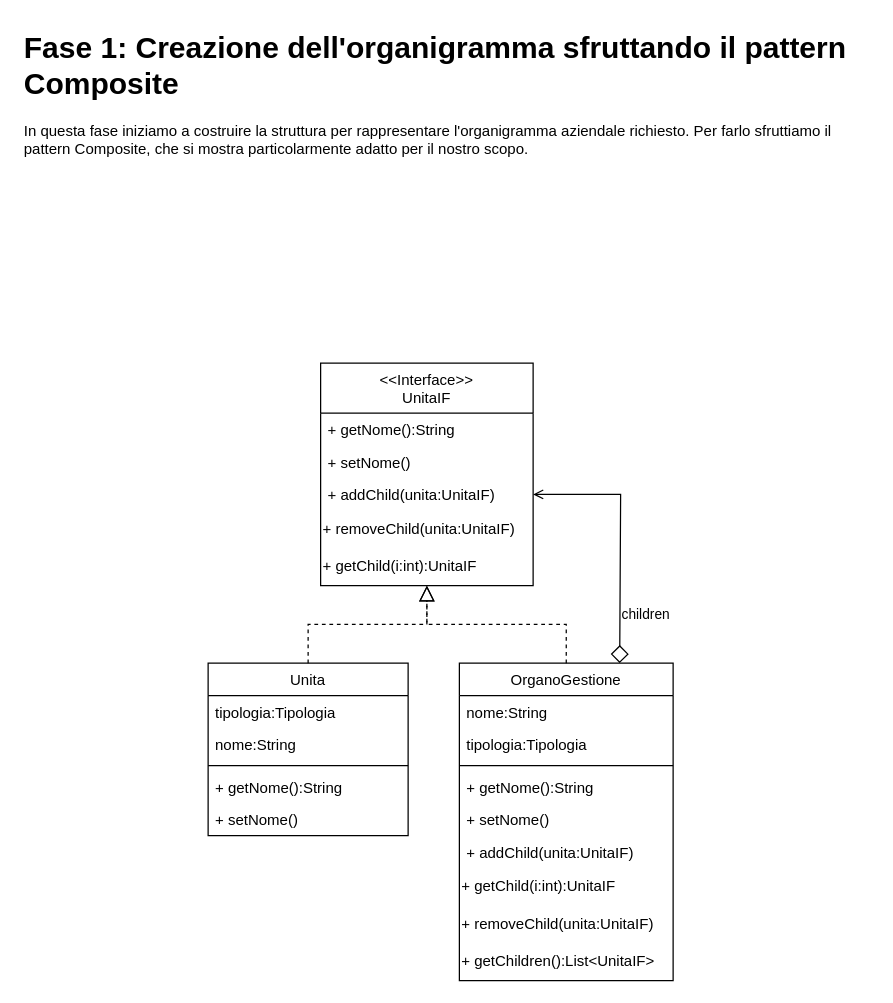
Before: page "Fase 1 - Pattern Composite" (1 of 9) of organigramma-aziendale.drawio in riccardo-florio/organigramma_aziendale, a draw.io diagram. Source tidied: cells renumbered, new cells numbered last; positions are measured from the earlier drawing's top-left corner, leaving out a move shared by most shapes. Both pictures are drawn from the tidied source at 125%, with x=0, y=0 at pixel (21, 21).
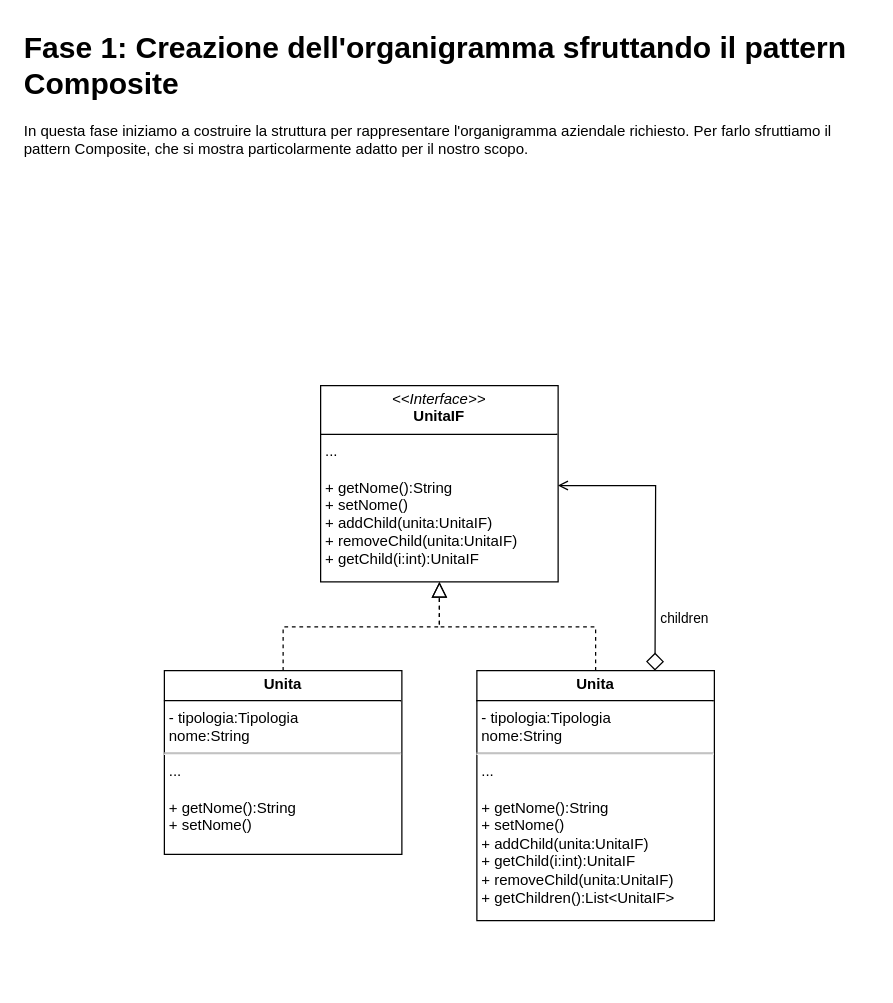
The same diagram, later.

Diff of the diagram source:
```diff
@@
-    <mxCell id="2" value="&lt;&lt;Interface&gt;&gt;&#10;UnitaIF" style="swimlane;fontStyle=0;align=center;verticalAlign=top;horizontal=1;startSize=40;rounded=0;shadow=0;strokeWidth=1;fontSize=12;" parent="1" vertex="1">
-      <mxGeometry x="239" y="273" width="170" height="178" as="geometry" />
-    </mxCell>
-    <mxCell id="3" value="+ getNome():String" style="text;align=left;verticalAlign=top;spacingLeft=4;spacingRight=4;overflow=hidden;" parent="2" vertex="1">
-      <mxGeometry y="40" width="170" height="26" as="geometry" />
-    </mxCell>
-    <mxCell id="4" value="+ setNome()" style="text;align=left;verticalAlign=top;spacingLeft=4;spacingRight=4;overflow=hidden;rounded=0;shadow=0;html=0;strokeColor=none;" parent="2" vertex="1">
-      <mxGeometry y="66" width="170" height="26" as="geometry" />
-    </mxCell>
-    <mxCell id="5" value="+ addChild(unita:UnitaIF)" style="text;align=left;verticalAlign=top;spacingLeft=4;spacingRight=4;overflow=hidden;points=[[0,0.5],[1,0.5]];portConstraint=eastwest;rounded=0;shadow=0;html=0;" parent="2" vertex="1">
-      <mxGeometry y="92" width="170" height="26" as="geometry" />
-    </mxCell>
-    <mxCell id="6" value="+ removeChild(unita:UnitaIF)" style="text;html=1;align=left;verticalAlign=middle;whiteSpace=wrap;rounded=0;" parent="2" vertex="1">
-      <mxGeometry y="118" width="170" height="30" as="geometry" />
-    </mxCell>
-    <mxCell id="7" value="+ getChild(i:int):UnitaIF" style="text;html=1;align=left;verticalAlign=middle;whiteSpace=wrap;rounded=0;" parent="2" vertex="1">
-      <mxGeometry y="148" width="170" height="30" as="geometry" />
-    </mxCell>
-    <mxCell id="8" value="Unita" style="swimlane;fontStyle=0;align=center;verticalAlign=top;horizontal=1;startSize=26;rounded=0;shadow=0;strokeWidth=1;" parent="1" vertex="1">
-      <mxGeometry x="149" y="513" width="160" height="138" as="geometry" />
-    </mxCell>
-    <mxCell id="9" value="tipologia:Tipologia" style="text;align=left;verticalAlign=top;spacingLeft=4;spacingRight=4;overflow=hidden;" parent="8" vertex="1">
-      <mxGeometry y="26" width="160" height="26" as="geometry" />
-    </mxCell>
-    <mxCell id="10" value="nome:String" style="text;align=left;verticalAlign=top;spacingLeft=4;spacingRight=4;overflow=hidden;rounded=0;shadow=0;html=0;" parent="8" vertex="1">
-      <mxGeometry y="52" width="160" height="26" as="geometry" />
-    </mxCell>
-    <mxCell id="11" style="line;html=1;strokeWidth=1;align=left;verticalAlign=middle;spacingTop=-1;spacingLeft=3;spacingRight=3;labelPosition=right;" parent="8" vertex="1">
-      <mxGeometry y="78" width="160" height="8" as="geometry" />
-    </mxCell>
-    <mxCell id="12" value="+ getNome():String" style="text;align=left;verticalAlign=top;spacingLeft=4;spacingRight=4;overflow=hidden;" parent="8" vertex="1">
-      <mxGeometry y="86" width="160" height="26" as="geometry" />
-    </mxCell>
-    <mxCell id="13" value="+ setNome()" style="text;align=left;verticalAlign=top;spacingLeft=4;spacingRight=4;overflow=hidden;rounded=0;shadow=0;html=0;strokeColor=none;" parent="8" vertex="1">
-      <mxGeometry y="112" width="160" height="26" as="geometry" />
-    </mxCell>
-    <mxCell id="14" style="endArrow=block;endSize=10;endFill=0;shadow=0;strokeWidth=1;rounded=0;curved=0;edgeStyle=elbowEdgeStyle;elbow=vertical;dashed=1;" parent="1" edge="1" source="8" target="2">
+    <mxCell id="14" style="endArrow=block;endSize=10;endFill=0;shadow=0;strokeWidth=1;rounded=0;curved=0;edgeStyle=elbowEdgeStyle;elbow=vertical;dashed=1;entryX=0.5;entryY=1;entryDx=0;entryDy=0;exitX=0.5;exitY=0;exitDx=0;exitDy=0;" parent="1" edge="1" source="29" target="31">
       <mxGeometry relative="1" as="geometry" />
     </mxCell>
-    <mxCell id="15" value="OrganoGestione" style="swimlane;fontStyle=0;align=center;verticalAlign=top;horizontal=1;startSize=26;rounded=0;shadow=0;strokeWidth=1;" parent="1" vertex="1">
-      <mxGeometry x="350" y="513" width="171" height="254" as="geometry" />
-    </mxCell>
-    <mxCell id="16" value="nome:String" style="text;align=left;verticalAlign=top;spacingLeft=4;spacingRight=4;overflow=hidden;rounded=0;shadow=0;html=0;" parent="15" vertex="1">
-      <mxGeometry y="26" width="171" height="26" as="geometry" />
-    </mxCell>
-    <mxCell id="17" value="tipologia:Tipologia" style="text;align=left;verticalAlign=top;spacingLeft=4;spacingRight=4;overflow=hidden;" parent="15" vertex="1">
-      <mxGeometry y="52" width="171" height="26" as="geometry" />
-    </mxCell>
-    <mxCell id="18" style="line;html=1;strokeWidth=1;align=left;verticalAlign=middle;spacingTop=-1;spacingLeft=3;spacingRight=3;labelPosition=right;" parent="15" vertex="1">
-      <mxGeometry y="78" width="171" height="8" as="geometry" />
-    </mxCell>
-    <mxCell id="19" value="+ getNome():String" style="text;align=left;verticalAlign=top;spacingLeft=4;spacingRight=4;overflow=hidden;" parent="15" vertex="1">
-      <mxGeometry y="86" width="171" height="26" as="geometry" />
-    </mxCell>
-    <mxCell id="20" value="+ setNome()" style="text;align=left;verticalAlign=top;spacingLeft=4;spacingRight=4;overflow=hidden;rounded=0;shadow=0;html=0;strokeColor=none;" parent="15" vertex="1">
-      <mxGeometry y="112" width="171" height="26" as="geometry" />
-    </mxCell>
-    <mxCell id="21" value="+ addChild(unita:UnitaIF)" style="text;align=left;verticalAlign=top;spacingLeft=4;spacingRight=4;overflow=hidden;rounded=0;shadow=0;html=0;" parent="15" vertex="1">
-      <mxGeometry y="138" width="171" height="26" as="geometry" />
-    </mxCell>
-    <mxCell id="22" value="+ getChild(i:int):UnitaIF" style="text;html=1;align=left;verticalAlign=middle;whiteSpace=wrap;rounded=0;" parent="15" vertex="1">
-      <mxGeometry y="164" width="171" height="30" as="geometry" />
-    </mxCell>
-    <mxCell id="23" value="+ removeChild(unita:UnitaIF)" style="text;html=1;align=left;verticalAlign=middle;whiteSpace=wrap;rounded=0;" parent="15" vertex="1">
-      <mxGeometry y="194" width="171" height="30" as="geometry" />
-    </mxCell>
-    <mxCell id="24" value="+ getChildren():List&amp;lt;UnitaIF&amp;gt;" style="text;html=1;align=left;verticalAlign=middle;whiteSpace=wrap;rounded=0;" parent="15" vertex="1">
-      <mxGeometry y="224" width="171" height="30" as="geometry" />
-    </mxCell>
-    <mxCell id="25" style="endArrow=block;endSize=10;endFill=0;shadow=0;strokeWidth=1;rounded=0;curved=0;edgeStyle=elbowEdgeStyle;elbow=vertical;dashed=1;" parent="1" edge="1" source="15" target="2">
+    <mxCell id="25" style="endArrow=block;endSize=10;endFill=0;shadow=0;strokeWidth=1;rounded=0;curved=0;edgeStyle=elbowEdgeStyle;elbow=vertical;dashed=1;entryX=0.5;entryY=1;entryDx=0;entryDy=0;exitX=0.5;exitY=0;exitDx=0;exitDy=0;" parent="1" edge="1" source="30" target="31">
       <mxGeometry relative="1" as="geometry" />
     </mxCell>
-    <mxCell id="26" style="endArrow=open;html=1;rounded=0;exitX=0.75;exitY=0;exitDx=0;exitDy=0;entryX=1;entryY=0.5;entryDx=0;entryDy=0;endFill=0;startArrow=diamond;startFill=0;startSize=12;" parent="1" edge="1" source="15" target="5">
+    <mxCell id="26" style="endArrow=open;html=1;rounded=0;exitX=0.75;exitY=0;exitDx=0;exitDy=0;entryX=0.999;entryY=0.509;entryDx=0;entryDy=0;endFill=0;startArrow=diamond;startFill=0;startSize=12;entryPerimeter=0;" parent="1" edge="1" source="30" target="31">
       <mxGeometry relative="1" as="geometry">
         <Array as="points">
-          <mxPoint x="479" y="378" />
+          <mxPoint x="507" y="371" />
         </Array>
       </mxGeometry>
     </mxCell>
     <mxCell id="27" value="children" style="edgeLabel;html=1;align=center;verticalAlign=middle;" parent="26" vertex="1">
       <mxGeometry x="-0.72" y="-1" relative="1" as="geometry">
-        <mxPoint x="19" y="-11" as="offset" />
+        <mxPoint x="22" y="-11" as="offset" />
       </mxGeometry>
     </mxCell>
@@
+    <mxCell id="29" value="&lt;p style=&quot;margin:0px;margin-top:4px;text-align:center;&quot;&gt;&lt;b&gt;Unita&lt;/b&gt;&lt;/p&gt;&lt;hr size=&quot;1&quot; style=&quot;border-style:solid;&quot;&gt;&lt;p style=&quot;margin:0px;margin-left:4px;&quot;&gt;&lt;span style=&quot;text-wrap: nowrap;&quot;&gt;-&amp;nbsp;&lt;/span&gt;&lt;span style=&quot;text-wrap: nowrap; background-color: initial;&quot;&gt;tipologia:Tipologia&lt;/span&gt;&lt;/p&gt;&lt;p style=&quot;margin:0px;margin-left:4px;&quot;&gt;&lt;span style=&quot;text-wrap: nowrap;&quot;&gt;nome:String&lt;/span&gt;&lt;span style=&quot;text-wrap: nowrap; background-color: initial;&quot;&gt;&lt;br&gt;&lt;/span&gt;&lt;/p&gt;&lt;hr&gt;&lt;p style=&quot;margin:0px;margin-left:4px;&quot;&gt;&lt;span style=&quot;background-color: initial; text-wrap: nowrap;&quot;&gt;...&lt;/span&gt;&lt;/p&gt;&lt;p style=&quot;margin:0px;margin-left:4px;&quot;&gt;&lt;span style=&quot;background-color: initial; text-wrap: nowrap;&quot;&gt;&lt;br&gt;&lt;/span&gt;&lt;/p&gt;&lt;p style=&quot;margin:0px;margin-left:4px;&quot;&gt;&lt;span style=&quot;text-wrap: nowrap;&quot;&gt;+ getNome():String&lt;/span&gt;&lt;br&gt;&lt;/p&gt;&lt;p style=&quot;margin:0px;margin-left:4px;&quot;&gt;&lt;span style=&quot;text-wrap: nowrap;&quot;&gt;+ setNome()&lt;/span&gt;&lt;span style=&quot;text-wrap: nowrap;&quot;&gt;&lt;br&gt;&lt;/span&gt;&lt;/p&gt;" style="verticalAlign=top;align=left;overflow=fill;html=1;whiteSpace=wrap;" parent="1" vertex="1">
+      <mxGeometry x="114" y="519" width="190" height="147" as="geometry" />
+    </mxCell>
+    <mxCell id="30" value="&lt;p style=&quot;margin:0px;margin-top:4px;text-align:center;&quot;&gt;&lt;b&gt;Unita&lt;/b&gt;&lt;/p&gt;&lt;hr size=&quot;1&quot; style=&quot;border-style:solid;&quot;&gt;&lt;p style=&quot;margin:0px;margin-left:4px;&quot;&gt;&lt;span style=&quot;text-wrap: nowrap;&quot;&gt;-&amp;nbsp;&lt;/span&gt;&lt;span style=&quot;text-wrap: nowrap; background-color: initial;&quot;&gt;tipologia:Tipologia&lt;/span&gt;&lt;/p&gt;&lt;p style=&quot;margin:0px;margin-left:4px;&quot;&gt;&lt;span style=&quot;text-wrap: nowrap;&quot;&gt;nome:String&lt;/span&gt;&lt;span style=&quot;text-wrap: nowrap; background-color: initial;&quot;&gt;&lt;br&gt;&lt;/span&gt;&lt;/p&gt;&lt;hr&gt;&lt;p style=&quot;margin:0px;margin-left:4px;&quot;&gt;&lt;span style=&quot;background-color: initial; text-wrap: nowrap;&quot;&gt;...&lt;/span&gt;&lt;/p&gt;&lt;p style=&quot;margin:0px;margin-left:4px;&quot;&gt;&lt;span style=&quot;background-color: initial; text-wrap: nowrap;&quot;&gt;&lt;br&gt;&lt;/span&gt;&lt;/p&gt;&lt;p style=&quot;margin:0px;margin-left:4px;&quot;&gt;&lt;span style=&quot;text-wrap: nowrap;&quot;&gt;+ getNome():String&lt;/span&gt;&lt;br&gt;&lt;/p&gt;&lt;p style=&quot;margin:0px;margin-left:4px;&quot;&gt;&lt;span style=&quot;text-wrap: nowrap;&quot;&gt;+ setNome()&lt;/span&gt;&lt;span style=&quot;text-wrap: nowrap;&quot;&gt;&lt;br&gt;&lt;/span&gt;&lt;/p&gt;&lt;p style=&quot;margin:0px;margin-left:4px;&quot;&gt;&lt;span style=&quot;text-wrap: nowrap;&quot;&gt;+ addChild(unita:UnitaIF)&lt;/span&gt;&lt;span style=&quot;text-wrap: nowrap;&quot;&gt;&lt;br&gt;&lt;/span&gt;&lt;/p&gt;&lt;p style=&quot;margin:0px;margin-left:4px;&quot;&gt;+ getChild(i:int):UnitaIF&lt;span style=&quot;text-wrap: nowrap;&quot;&gt;&lt;br&gt;&lt;/span&gt;&lt;/p&gt;&lt;p style=&quot;margin:0px;margin-left:4px;&quot;&gt;+ removeChild(unita:UnitaIF)&lt;br&gt;&lt;/p&gt;&lt;p style=&quot;margin:0px;margin-left:4px;&quot;&gt;+ getChildren():List&amp;lt;UnitaIF&amp;gt;&lt;br&gt;&lt;/p&gt;" style="verticalAlign=top;align=left;overflow=fill;html=1;whiteSpace=wrap;" parent="1" vertex="1">
+      <mxGeometry x="364" y="519" width="190" height="200" as="geometry" />
+    </mxCell>
+    <mxCell id="31" value="&lt;p style=&quot;margin:0px;margin-top:4px;text-align:center;&quot;&gt;&lt;i&gt;&amp;lt;&amp;lt;Interface&amp;gt;&amp;gt;&lt;/i&gt;&lt;br&gt;&lt;b&gt;UnitaIF&lt;/b&gt;&lt;/p&gt;&lt;hr size=&quot;1&quot; style=&quot;border-style:solid;&quot;&gt;&lt;p style=&quot;margin:0px;margin-left:4px;&quot;&gt;&lt;/p&gt;&lt;p style=&quot;margin:0px;margin-left:4px;&quot;&gt;...&lt;/p&gt;&lt;p style=&quot;margin:0px;margin-left:4px;&quot;&gt;&lt;br&gt;&lt;/p&gt;&lt;p style=&quot;margin:0px;margin-left:4px;&quot;&gt;&lt;span style=&quot;text-wrap: nowrap;&quot;&gt;+ getNome():String&lt;/span&gt;&lt;br&gt;&lt;/p&gt;&lt;p style=&quot;margin:0px;margin-left:4px;&quot;&gt;&lt;span style=&quot;text-wrap: nowrap;&quot;&gt;+ setNome()&lt;/span&gt;&lt;span style=&quot;text-wrap: nowrap;&quot;&gt;&lt;br&gt;&lt;/span&gt;&lt;/p&gt;&lt;p style=&quot;margin:0px;margin-left:4px;&quot;&gt;&lt;span style=&quot;text-wrap: nowrap;&quot;&gt;+ addChild(unita:UnitaIF)&lt;/span&gt;&lt;span style=&quot;text-wrap: nowrap;&quot;&gt;&lt;br&gt;&lt;/span&gt;&lt;/p&gt;&lt;p style=&quot;margin:0px;margin-left:4px;&quot;&gt;+ removeChild(unita:UnitaIF)&lt;span style=&quot;text-wrap: nowrap;&quot;&gt;&lt;br&gt;&lt;/span&gt;&lt;/p&gt;&lt;p style=&quot;margin:0px;margin-left:4px;&quot;&gt;+ getChild(i:int):UnitaIF&lt;span style=&quot;text-wrap: nowrap;&quot;&gt;&lt;br&gt;&lt;/span&gt;&lt;/p&gt;" style="verticalAlign=top;align=left;overflow=fill;html=1;whiteSpace=wrap;" parent="1" vertex="1">
+      <mxGeometry x="239" y="291" width="190" height="157" as="geometry" />
+    </mxCell>
```
